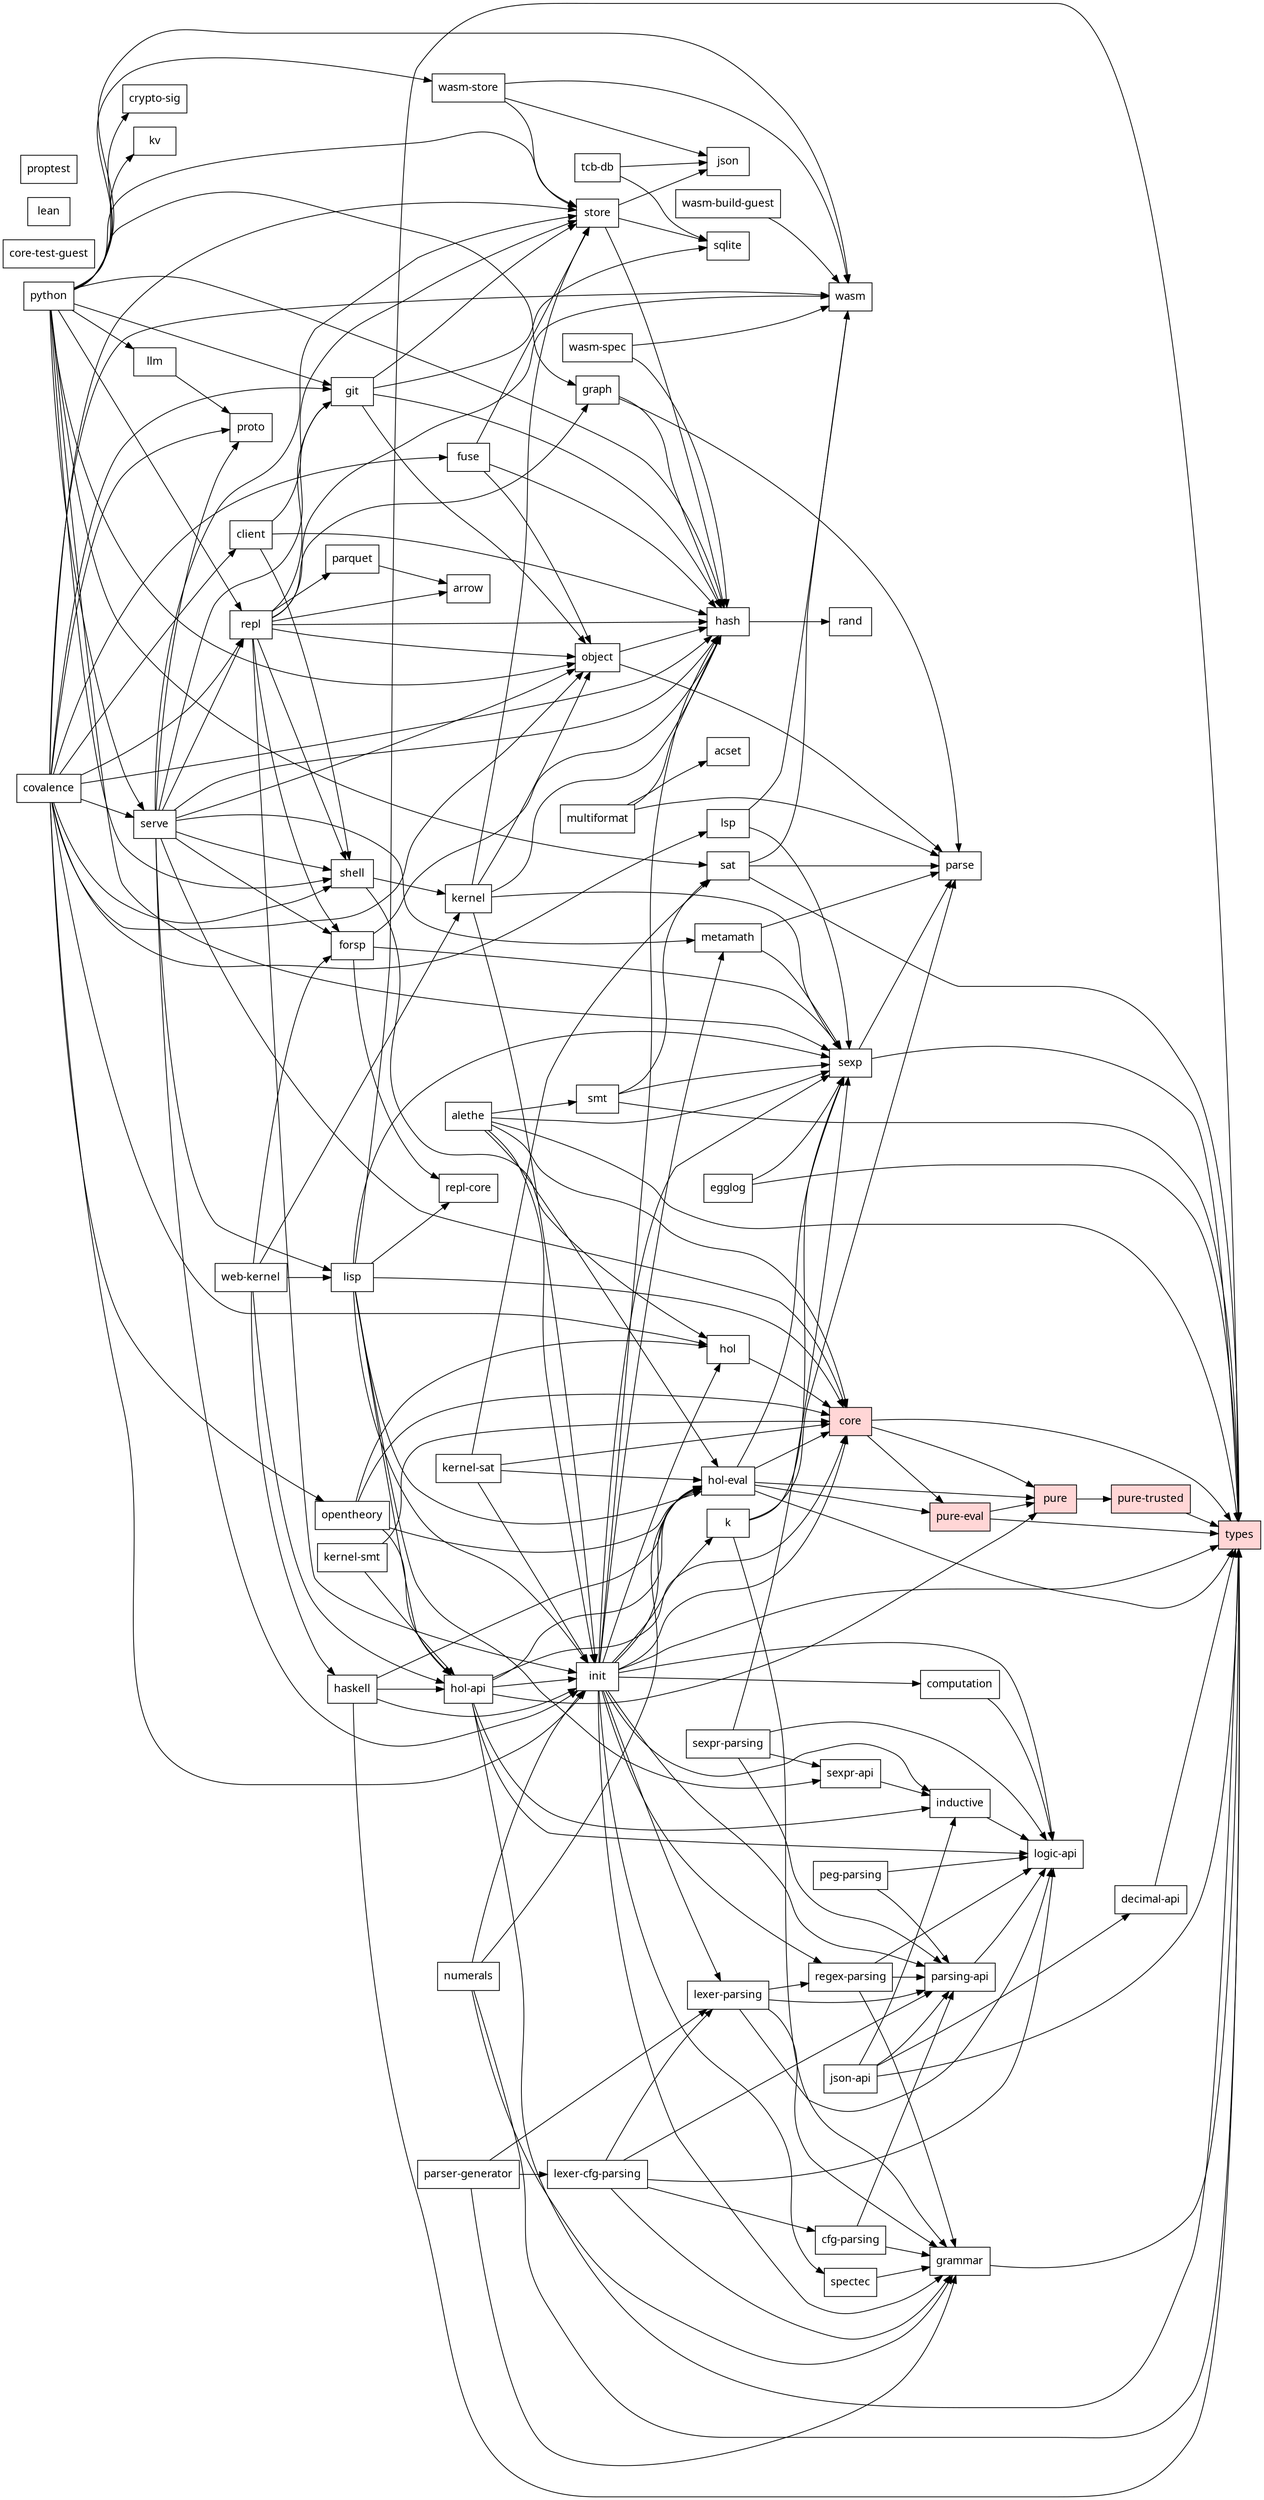
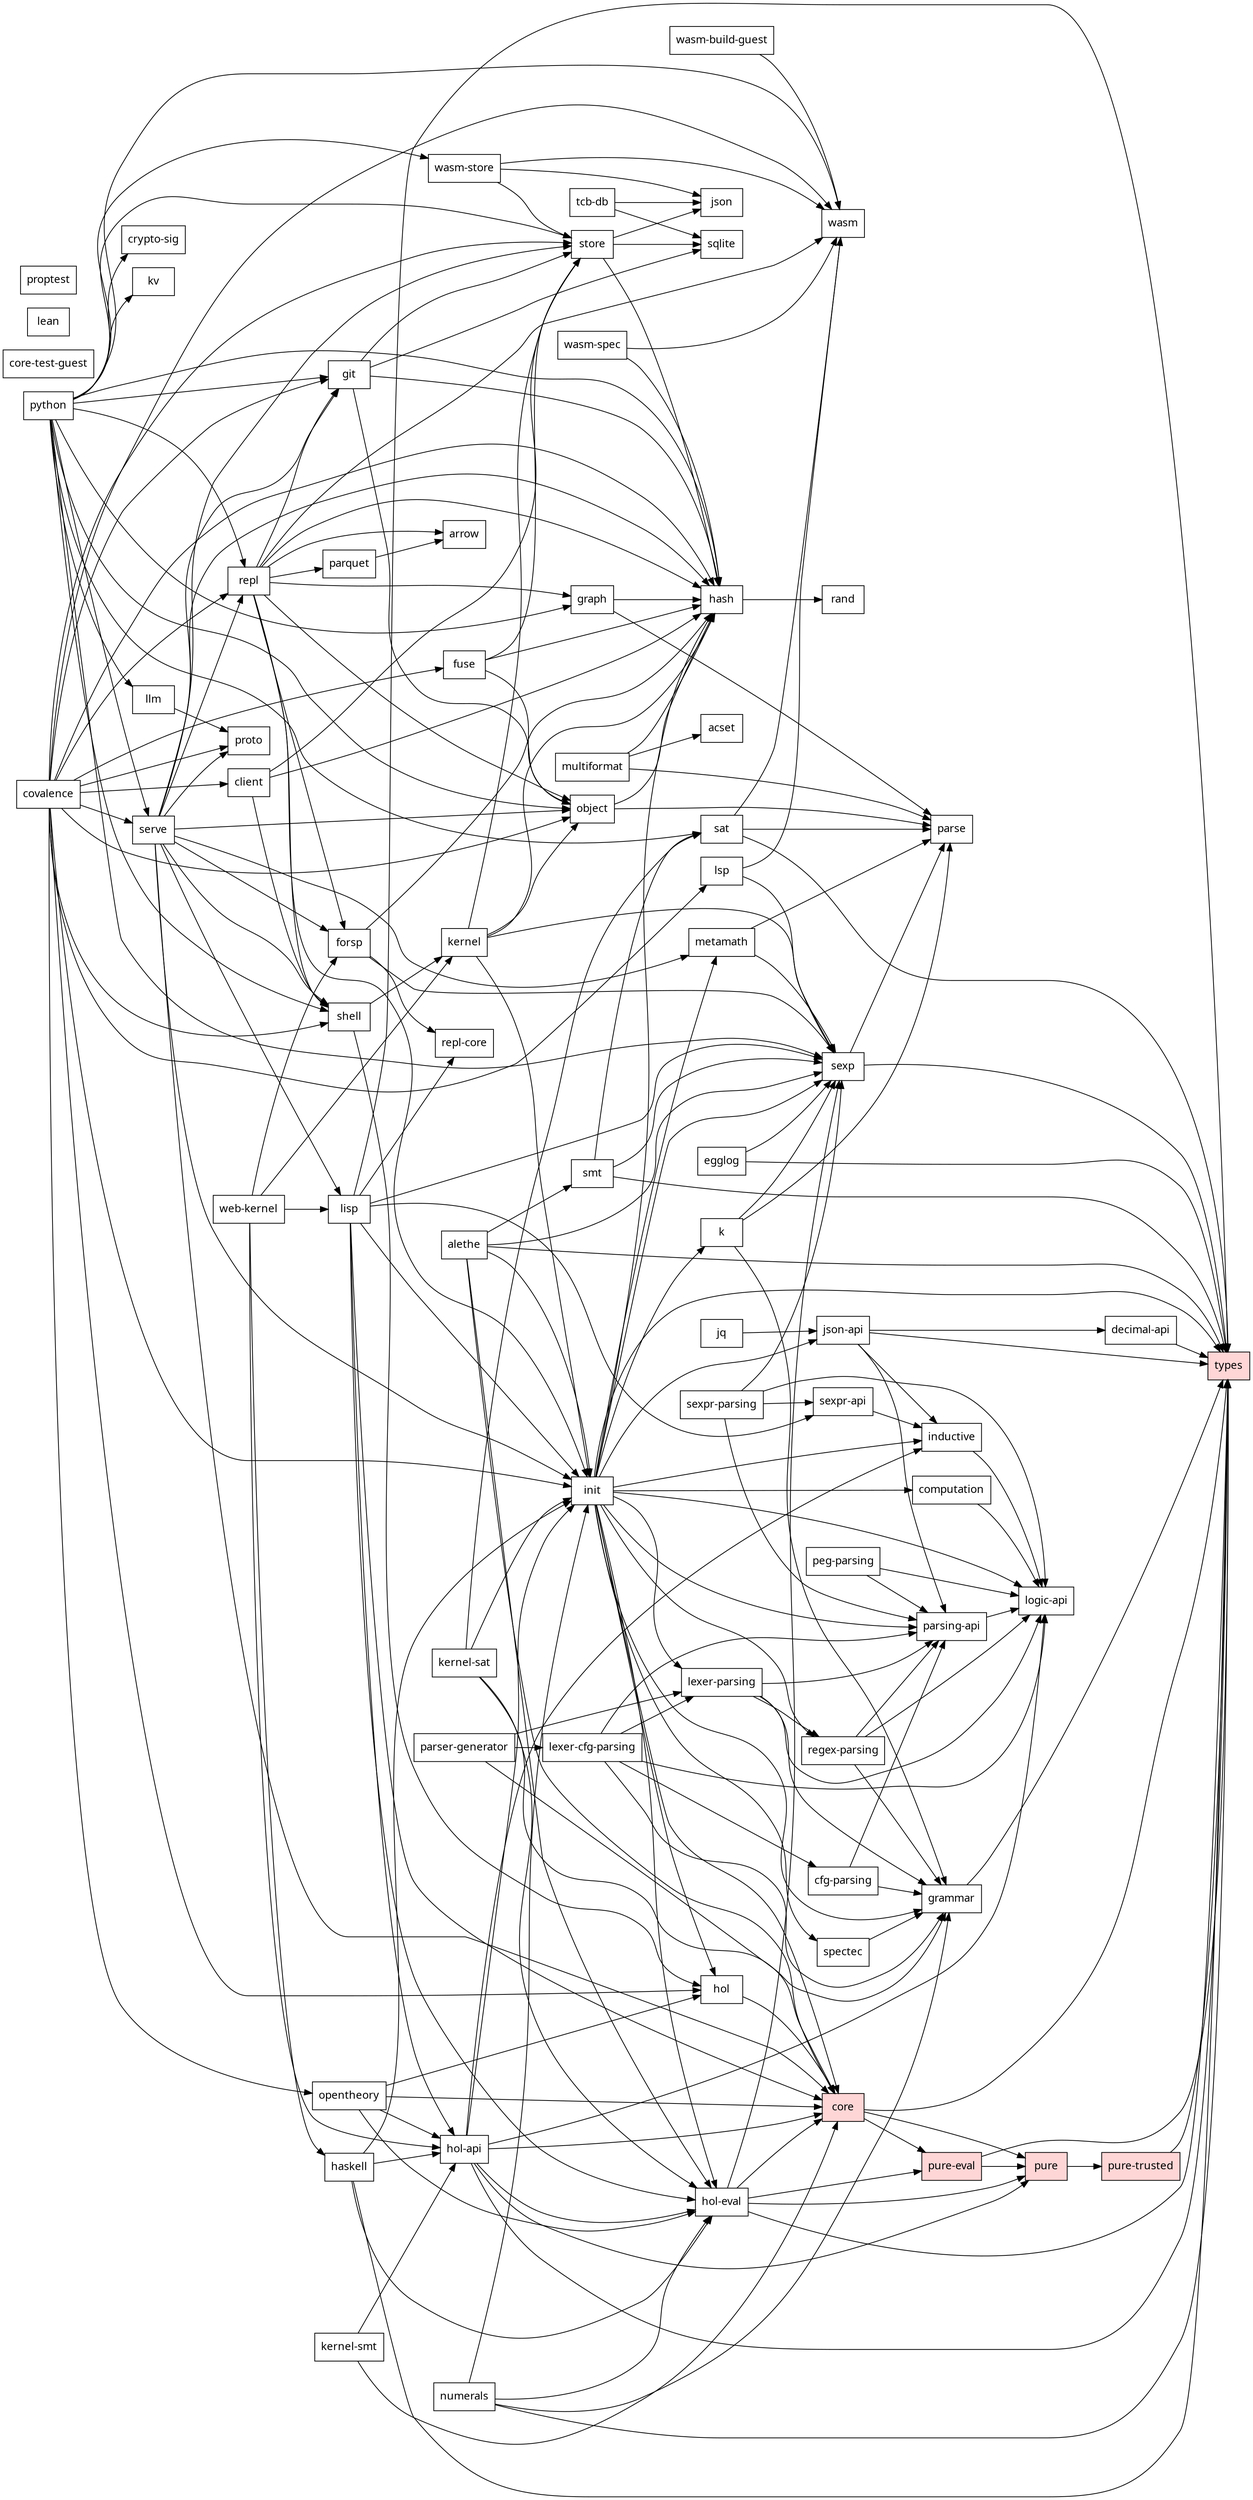
// Generated by scripts/dep-graph.mjs — do not edit (run `bun run deps`).
digraph deps {
  rankdir=LR;
  node [shape=box, fontname="sans-serif"];
  "covalence";
  "acset";
  "alethe";
  "arrow";
  "cfg-parsing";
  "client";
  "computation";
  "core" [style=filled, fillcolor="#ffd6d6"];
  "core-test-guest";
  "crypto-sig";
  "decimal-api";
  "egglog";
  "forsp";
  "fuse";
  "git";
  "grammar";
  "graph";
  "hash";
  "haskell";
  "hol";
  "hol-api";
  "hol-eval";
  "inductive";
  "init";
+   "jq";
  "json";
  "json-api";
  "k";
  "kernel";
  "kernel-sat";
  "kernel-smt";
  "kv";
  "lean";
  "lexer-cfg-parsing";
  "lexer-parsing";
  "lisp";
  "llm";
  "logic-api";
  "lsp";
  "metamath";
  "multiformat";
  "numerals";
  "object";
  "opentheory";
  "parquet";
  "parse";
  "parser-generator";
  "parsing-api";
  "peg-parsing";
  "proptest";
  "proto";
  "pure" [style=filled, fillcolor="#ffd6d6"];
  "pure-eval" [style=filled, fillcolor="#ffd6d6"];
  "pure-trusted" [style=filled, fillcolor="#ffd6d6"];
  "python";
  "rand";
  "regex-parsing";
  "repl";
  "repl-core";
  "sat";
  "serve";
  "sexp";
  "sexpr-api";
  "sexpr-parsing";
  "shell";
  "smt";
  "spectec";
  "sqlite";
  "store";
  "tcb-db";
  "types" [style=filled, fillcolor="#ffd6d6"];
  "wasm";
  "wasm-build-guest";
  "wasm-spec";
  "wasm-store";
  "web-kernel";
  "covalence" -> "client";
  "covalence" -> "fuse";
  "covalence" -> "git";
  "covalence" -> "hash";
  "covalence" -> "hol";
  "covalence" -> "init";
  "covalence" -> "lsp";
  "covalence" -> "object";
  "covalence" -> "opentheory";
  "covalence" -> "proto";
  "covalence" -> "repl";
  "covalence" -> "serve";
  "covalence" -> "shell";
  "covalence" -> "store";
  "covalence" -> "wasm";
  "alethe" -> "core";
  "alethe" -> "hol-eval";
  "alethe" -> "init";
  "alethe" -> "sexp";
  "alethe" -> "smt";
  "alethe" -> "types";
  "cfg-parsing" -> "grammar";
  "cfg-parsing" -> "parsing-api";
  "client" -> "hash";
  "client" -> "shell";
  "client" -> "store";
  "computation" -> "logic-api";
  "core" -> "pure";
  "core" -> "pure-eval";
  "core" -> "types";
  "decimal-api" -> "types";
  "egglog" -> "sexp";
  "egglog" -> "types";
  "forsp" -> "hash";
  "forsp" -> "repl-core";
  "forsp" -> "sexp";
  "fuse" -> "hash";
  "fuse" -> "object";
  "fuse" -> "store";
  "git" -> "hash";
  "git" -> "object";
  "git" -> "sqlite";
  "git" -> "store";
  "grammar" -> "types";
  "graph" -> "hash";
  "graph" -> "parse";
  "hash" -> "rand";
  "haskell" -> "hol-api";
  "haskell" -> "hol-eval";
  "haskell" -> "init";
  "haskell" -> "types";
  "hol" -> "core";
  "hol-api" -> "core";
  "hol-api" -> "hol-eval";
  "hol-api" -> "inductive";
  "hol-api" -> "init";
  "hol-api" -> "logic-api";
  "hol-api" -> "pure";
  "hol-api" -> "types";
  "hol-eval" -> "core";
  "hol-eval" -> "pure";
  "hol-eval" -> "pure-eval";
  "hol-eval" -> "sexp";
  "hol-eval" -> "types";
  "inductive" -> "logic-api";
  "init" -> "computation";
  "init" -> "core";
  "init" -> "grammar";
  "init" -> "hash";
  "init" -> "hol";
  "init" -> "hol-eval";
  "init" -> "inductive";
+   "init" -> "json-api";
  "init" -> "k";
  "init" -> "lexer-parsing";
  "init" -> "logic-api";
  "init" -> "metamath";
  "init" -> "parsing-api";
  "init" -> "regex-parsing";
  "init" -> "sexp";
  "init" -> "spectec";
  "init" -> "types";
+   "jq" -> "json-api";
  "json-api" -> "decimal-api";
  "json-api" -> "inductive";
  "json-api" -> "parsing-api";
  "json-api" -> "types";
  "k" -> "grammar";
  "k" -> "parse";
  "k" -> "sexp";
  "kernel" -> "hash";
  "kernel" -> "init";
  "kernel" -> "object";
  "kernel" -> "sexp";
  "kernel" -> "store";
  "kernel-sat" -> "core";
  "kernel-sat" -> "hol-eval";
  "kernel-sat" -> "init";
  "kernel-sat" -> "sat";
  "kernel-smt" -> "core";
  "kernel-smt" -> "hol-api";
  "lexer-cfg-parsing" -> "cfg-parsing";
  "lexer-cfg-parsing" -> "grammar";
  "lexer-cfg-parsing" -> "lexer-parsing";
  "lexer-cfg-parsing" -> "logic-api";
  "lexer-cfg-parsing" -> "parsing-api";
  "lexer-parsing" -> "grammar";
  "lexer-parsing" -> "logic-api";
  "lexer-parsing" -> "parsing-api";
  "lexer-parsing" -> "regex-parsing";
  "lisp" -> "core";
  "lisp" -> "hol-api";
  "lisp" -> "hol-eval";
  "lisp" -> "init";
  "lisp" -> "repl-core";
  "lisp" -> "sexp";
  "lisp" -> "sexpr-api";
  "lisp" -> "types";
  "llm" -> "proto";
  "lsp" -> "sexp";
  "lsp" -> "wasm";
  "metamath" -> "parse";
  "metamath" -> "sexp";
  "multiformat" -> "acset";
  "multiformat" -> "hash";
  "multiformat" -> "parse";
  "numerals" -> "grammar";
  "numerals" -> "hol-eval";
  "numerals" -> "init";
  "numerals" -> "types";
  "object" -> "hash";
  "object" -> "parse";
  "opentheory" -> "core";
  "opentheory" -> "hol";
  "opentheory" -> "hol-api";
  "opentheory" -> "hol-eval";
  "parquet" -> "arrow";
  "parser-generator" -> "grammar";
  "parser-generator" -> "lexer-cfg-parsing";
  "parser-generator" -> "lexer-parsing";
  "parsing-api" -> "logic-api";
  "peg-parsing" -> "logic-api";
  "peg-parsing" -> "parsing-api";
  "pure" -> "pure-trusted";
  "pure-eval" -> "pure";
  "pure-eval" -> "types";
  "pure-trusted" -> "types";
  "python" -> "crypto-sig";
  "python" -> "git";
  "python" -> "graph";
  "python" -> "hash";
  "python" -> "kv";
  "python" -> "llm";
  "python" -> "object";
  "python" -> "repl";
  "python" -> "sat";
  "python" -> "serve";
  "python" -> "sexp";
  "python" -> "shell";
  "python" -> "store";
  "python" -> "wasm";
  "python" -> "wasm-store";
  "regex-parsing" -> "grammar";
  "regex-parsing" -> "logic-api";
  "regex-parsing" -> "parsing-api";
  "repl" -> "arrow";
  "repl" -> "forsp";
  "repl" -> "git";
  "repl" -> "graph";
  "repl" -> "hash";
  "repl" -> "init";
  "repl" -> "object";
  "repl" -> "parquet";
  "repl" -> "shell";
  "repl" -> "wasm";
  "sat" -> "parse";
  "sat" -> "types";
  "sat" -> "wasm";
  "serve" -> "core";
  "serve" -> "forsp";
  "serve" -> "git";
  "serve" -> "hash";
  "serve" -> "init";
  "serve" -> "lisp";
  "serve" -> "metamath";
  "serve" -> "object";
  "serve" -> "proto";
  "serve" -> "repl";
  "serve" -> "shell";
  "serve" -> "store";
  "sexp" -> "parse";
  "sexp" -> "types";
  "sexpr-api" -> "inductive";
  "sexpr-parsing" -> "logic-api";
  "sexpr-parsing" -> "parsing-api";
  "sexpr-parsing" -> "sexp";
  "sexpr-parsing" -> "sexpr-api";
  "shell" -> "hol";
  "shell" -> "kernel";
  "smt" -> "sat";
  "smt" -> "sexp";
  "smt" -> "types";
  "spectec" -> "grammar";
  "store" -> "hash";
  "store" -> "json";
  "store" -> "sqlite";
  "tcb-db" -> "json";
  "tcb-db" -> "sqlite";
  "wasm-build-guest" -> "wasm";
  "wasm-spec" -> "hash";
  "wasm-spec" -> "wasm";
  "wasm-store" -> "json";
  "wasm-store" -> "store";
  "wasm-store" -> "wasm";
  "web-kernel" -> "forsp";
  "web-kernel" -> "haskell";
  "web-kernel" -> "hol-api";
  "web-kernel" -> "kernel";
  "web-kernel" -> "lisp";
}
